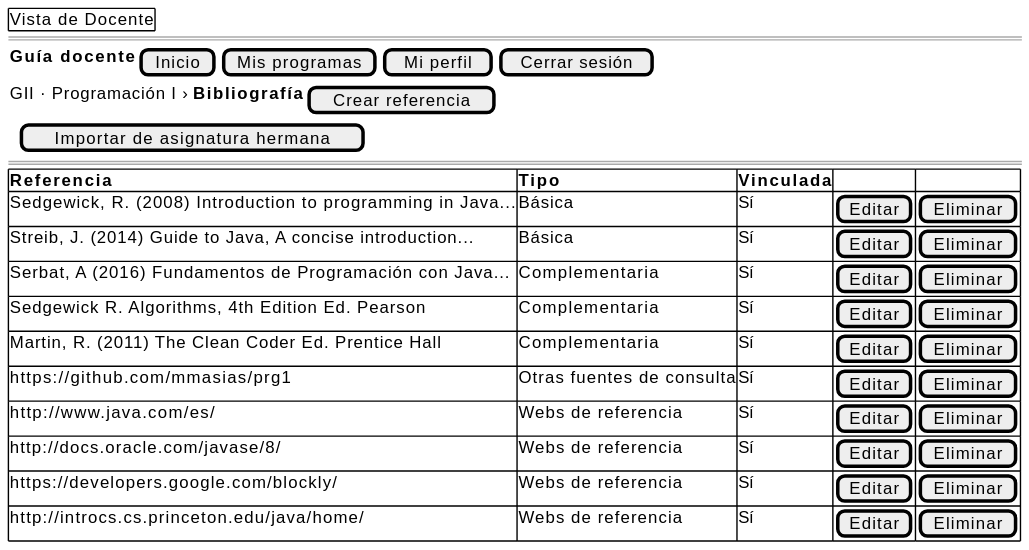
mmasias/pyCeldaPublico keeps this PlantUML diagram as images/RUP/01-requisitos/03-detalle-casos-uso/abrirReferenciasBibliograficas/wireframe.svg. Above is the earlier version.
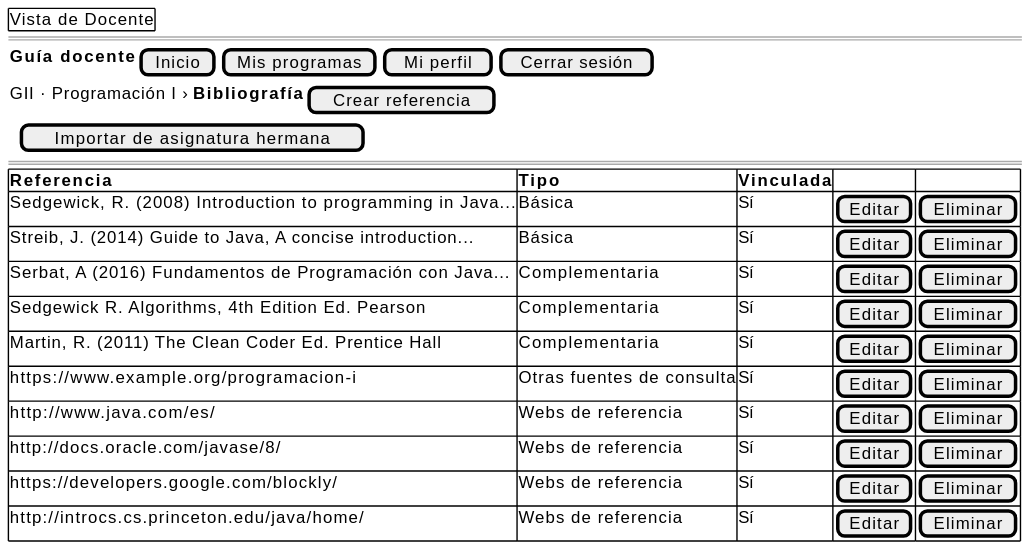
Later version of the same file.

Diff of the diagram source:
```diff
@@ -13,7 +13,7 @@
         Serbat, A (2016) Fundamentos de Programación con Java... | Complementaria | Sí | [Editar] | [Eliminar]
         Sedgewick R. Algorithms, 4th Edition Ed. Pearson | Complementaria | Sí | [Editar] | [Eliminar]
         Martin, R. (2011) The Clean Coder Ed. Prentice Hall | Complementaria | Sí | [Editar] | [Eliminar]
-        https://github.com/mmasias/prg1 | Otras fuentes de consulta | Sí | [Editar] | [Eliminar]
+        https://www.example.org/programacion-i | Otras fuentes de consulta | Sí | [Editar] | [Eliminar]
         http://www.java.com/es/ | Webs de referencia | Sí | [Editar] | [Eliminar]
         http://docs.oracle.com/javase/8/ | Webs de referencia | Sí | [Editar] | [Eliminar]
         https://developers.google.com/blockly/ | Webs de referencia | Sí | [Editar] | [Eliminar]
```
